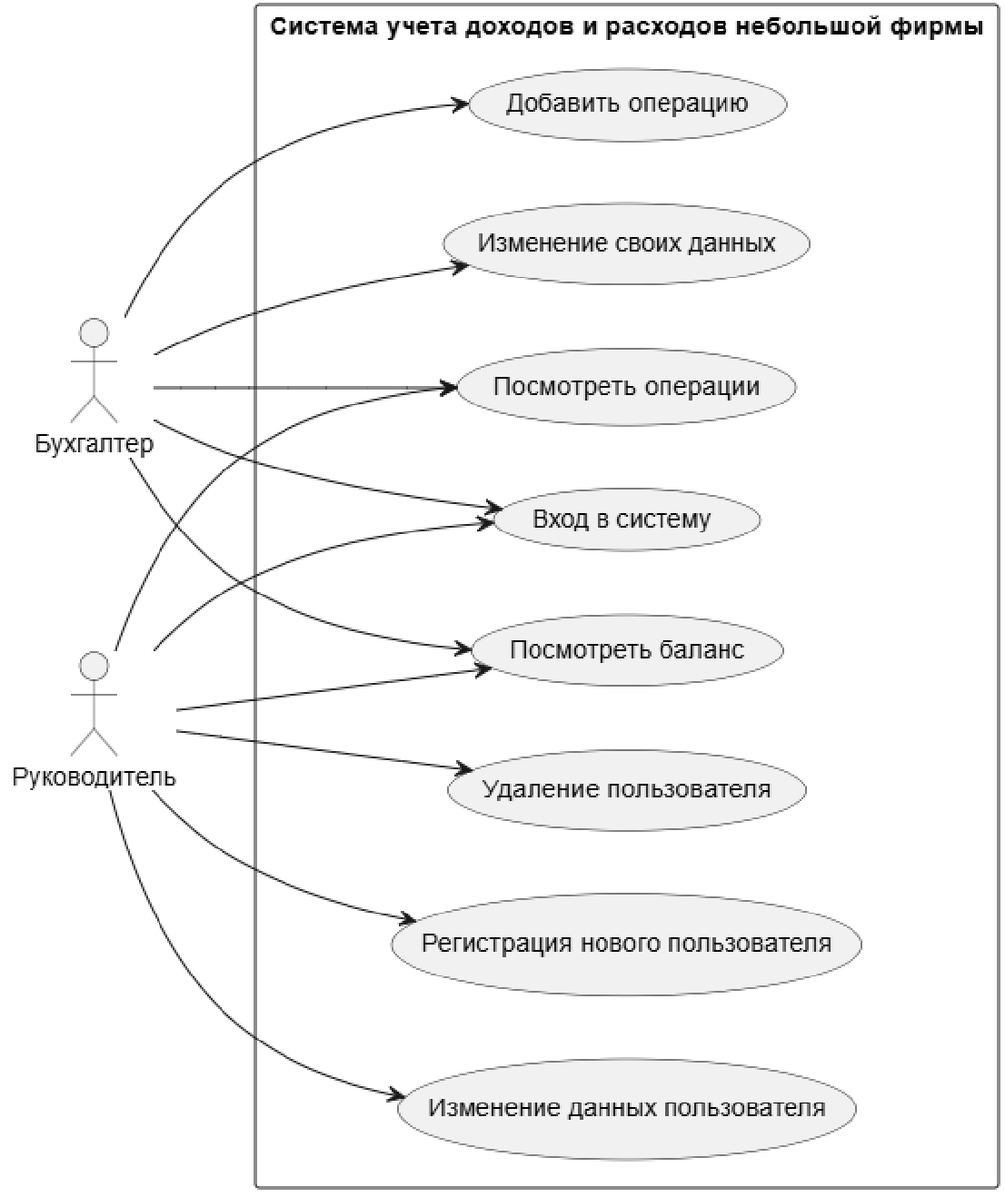
Earlier version of the PlantUML export docs/diagrams/diagram.png (mauk169/project1). Its source is kept beside it as docs/diagrams/diagram.puml.
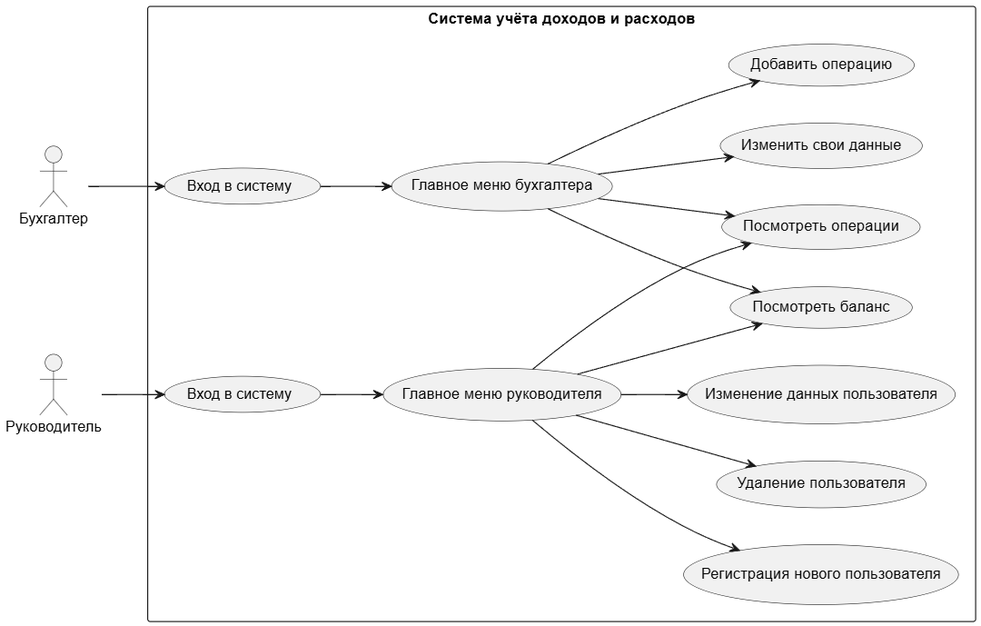
Above is the later version.

Commit message:
Изменил диаграмму

Diff of the diagram source:
```diff
@@ -1,31 +1,43 @@
 @startuml
 left to right direction
+skinparam packageStyle rectangle
 
 actor "Бухгалтер" as Accountant
-actor "Руководитель" as Manager
+actor "Руководитель" as Admin
 
-rectangle "Система учета доходов и расходов небольшой фирмы" {
-    usecase "Вход в систему" as UC_Login
-    usecase "Добавить операцию" as UC_AddOp
-    usecase "Посмотреть операции" as UC_ViewOp
-    usecase "Посмотреть баланс" as UC_ViewBal
-    usecase "Изменение своих данных" as UC_EditSelf
+rectangle "Система учёта доходов и расходов" {
 
-    usecase "Регистрация нового пользователя" as UC_RegUser
-    usecase "Изменение данных пользователя" as UC_EditUser
-    usecase "Удаление пользователя" as UC_DelUser
+  usecase "Вход в систему" as UC_Login_Acc
+  usecase "Главное меню бухгалтера" as UC_Menu_Acc
+
+  usecase "Вход в систему" as UC_Login_Admin
+  usecase "Главное меню руководителя" as UC_Menu_Admin
+
+  usecase "Посмотреть операции" as UC_ViewOps
+  usecase "Посмотреть баланс" as UC_ViewBalance
+
+  usecase "Добавить операцию" as UC_AddOp
+  usecase "Изменить свои данные" as UC_EditSelf
+
+  usecase "Регистрация нового пользователя" as UC_RegUser
+  usecase "Удаление пользователя" as UC_DelUser
+  usecase "Изменение данных пользователя" as UC_EditUser
+
+  Accountant --> UC_Login_Acc
+  UC_Login_Acc --> UC_Menu_Acc
+
+  UC_Menu_Acc --> UC_AddOp
+  UC_Menu_Acc --> UC_EditSelf
+  UC_Menu_Acc --> UC_ViewOps
+  UC_Menu_Acc --> UC_ViewBalance
+
+  Admin --> UC_Login_Admin
+  UC_Login_Admin --> UC_Menu_Admin
+
+  UC_Menu_Admin --> UC_RegUser
+  UC_Menu_Admin --> UC_DelUser
+  UC_Menu_Admin --> UC_EditUser
+  UC_Menu_Admin --> UC_ViewOps
+  UC_Menu_Admin --> UC_ViewBalance
 }
-
-Accountant --> UC_Login
-Accountant --> UC_AddOp
-Accountant --> UC_ViewOp
-Accountant --> UC_ViewBal
-Accountant --> UC_EditSelf
-
-Manager --> UC_Login
-Manager --> UC_ViewOp
-Manager --> UC_ViewBal
-Manager --> UC_RegUser
-Manager --> UC_EditUser
-Manager --> UC_DelUser
 @enduml
```
